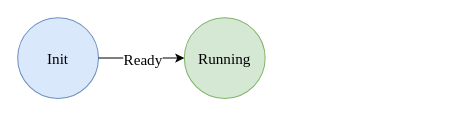
Before: ClusterFSM.drawio in LeonWong318/Master-thesis, a draw.io diagram. Source tidied: cells renumbered, new cells numbered last; positions are measured from the earlier drawing's top-left corner, leaving out a move shared by most shapes. Both pictures are drawn from the tidied source at 101%, with x=0, y=0 at pixel (17, 17).
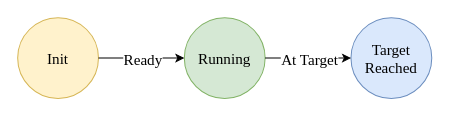
After the change.

The edit, as a diff of the source:
```diff
@@
 <mxGraphModel>
   <root>
     <mxCell id="0" />
     <mxCell id="1" parent="0" />
-    <mxCell id="2" value="&lt;font face=&quot;Times New Roman&quot; style=&quot;font-size: 15px;&quot;&gt;Init&lt;/font&gt;" style="ellipse;whiteSpace=wrap;html=1;fillColor=#dae8fc;strokeColor=#6c8ebf;" parent="1" vertex="1">
+    <mxCell id="2" value="&lt;font face=&quot;Times New Roman&quot; style=&quot;font-size: 15px;&quot;&gt;Init&lt;/font&gt;" style="ellipse;whiteSpace=wrap;html=1;fillColor=#fff2cc;strokeColor=#d6b656;" parent="1" vertex="1">
       <mxGeometry width="80" height="80" as="geometry" />
     </mxCell>
     <mxCell id="3" value="&lt;font face=&quot;Times New Roman&quot; style=&quot;font-size: 15px;&quot;&gt;Running&lt;/font&gt;" style="ellipse;whiteSpace=wrap;html=1;fillColor=#d5e8d4;strokeColor=#82b366;" parent="1" vertex="1">
       <mxGeometry x="165" width="80" height="80" as="geometry" />
     </mxCell>
     <mxCell id="4" style="endArrow=classic;html=1;rounded=0;exitX=1;exitY=0.5;exitDx=0;exitDy=0;entryX=0;entryY=0.5;entryDx=0;entryDy=0;" parent="1" edge="1" source="2" target="3">
       <mxGeometry relative="1" as="geometry" />
     </mxCell>
     <mxCell id="5" value="&lt;font face=&quot;Times New Roman&quot; style=&quot;font-size: 15px;&quot;&gt;Ready&lt;/font&gt;" style="edgeLabel;html=1;align=center;verticalAlign=middle;" parent="4" vertex="1">
       <mxGeometry relative="1" as="geometry" />
     </mxCell>
+    <mxCell id="6" value="&lt;font face=&quot;Times New Roman&quot; style=&quot;font-size: 15px;&quot;&gt;Target&lt;/font&gt;&lt;div&gt;&lt;font face=&quot;Times New Roman&quot; style=&quot;font-size: 15px;&quot;&gt;Reached&lt;/font&gt;&lt;/div&gt;" style="ellipse;whiteSpace=wrap;html=1;fillColor=#dae8fc;strokeColor=#6c8ebf;" parent="1" vertex="1">
+      <mxGeometry x="330" width="80" height="80" as="geometry" />
+    </mxCell>
+    <mxCell id="7" style="endArrow=classic;html=1;rounded=0;exitX=1;exitY=0.5;exitDx=0;exitDy=0;entryX=0;entryY=0.5;entryDx=0;entryDy=0;" parent="1" edge="1" source="3" target="6">
+      <mxGeometry relative="1" as="geometry" />
+    </mxCell>
+    <mxCell id="8" value="&lt;font face=&quot;Times New Roman&quot; style=&quot;font-size: 15px;&quot;&gt;At Target&lt;/font&gt;" style="edgeLabel;html=1;align=center;verticalAlign=middle;" parent="7" vertex="1">
+      <mxGeometry relative="1" as="geometry" />
+    </mxCell>
   </root>
 </mxGraphModel>
```
